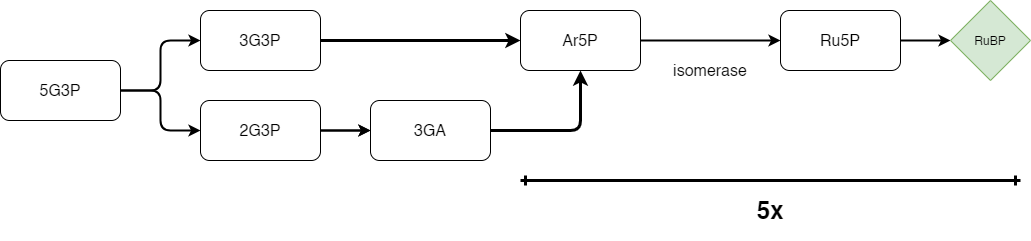
Kyle-L/iGEM-2021-Website keeps this draw.io diagram as src/assets/images/design/pathway.png. Above is the earlier version. Source tidied: cells renumbered, new cells last; positions are measured from the earlier drawing's top-left corner, leaving out a move shared by most shapes.
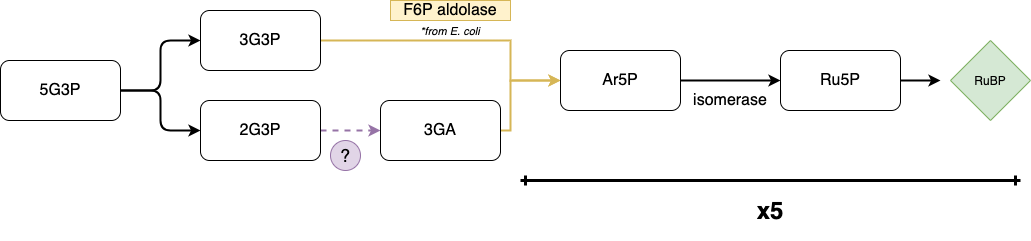
After the commit.

Commit message:
Updated design pathway.

What changed in the source:
```diff
@@ -21,43 +21,47 @@
     <mxCell id="4" value="5G3P" style="rounded=1;whiteSpace=wrap;html=1;sketch=0;fontSize=16;" parent="1" vertex="1">
       <mxGeometry y="60" width="120" height="60" as="geometry" />
     </mxCell>
-    <mxCell id="5" style="edgeStyle=orthogonalEdgeStyle;rounded=1;jettySize=auto;html=1;strokeWidth=3;sketch=0;" parent="1" edge="1" source="6" target="13">
+    <mxCell id="5" style="edgeStyle=orthogonalEdgeStyle;rounded=0;jettySize=auto;html=1;strokeWidth=2;fillColor=#fff2cc;strokeColor=#d6b656;" parent="1" edge="1" source="6" target="13">
       <mxGeometry relative="1" as="geometry">
         <Array as="points">
-          <mxPoint x="480" y="40" />
-          <mxPoint x="480" y="40" />
+          <mxPoint x="510" y="40" />
+          <mxPoint x="510" y="80" />
         </Array>
       </mxGeometry>
     </mxCell>
     <mxCell id="6" value="3G3P" style="rounded=1;whiteSpace=wrap;html=1;sketch=0;fontSize=16;" parent="1" vertex="1">
       <mxGeometry x="200" y="10" width="120" height="60" as="geometry" />
     </mxCell>
-    <mxCell id="7" style="edgeStyle=orthogonalEdgeStyle;rounded=1;jettySize=auto;html=1;strokeWidth=2;sketch=0;" parent="1" edge="1" source="9" target="11">
+    <mxCell id="7" style="edgeStyle=orthogonalEdgeStyle;rounded=1;jettySize=auto;html=1;strokeWidth=2;sketch=0;dashed=1;fillColor=#e1d5e7;strokeColor=#9673a6;" parent="1" edge="1" source="9" target="11">
       <mxGeometry relative="1" as="geometry" />
     </mxCell>
-    <mxCell id="8" style="edgeStyle=orthogonalEdgeStyle;rounded=0;jettySize=auto;html=1;fontSize=16;strokeWidth=2;" parent="1" edge="1" source="9" target="11">
-      <mxGeometry relative="1" as="geometry" />
-    </mxCell>
     <mxCell id="9" value="2G3P" style="rounded=1;whiteSpace=wrap;html=1;sketch=0;fontSize=16;" parent="1" vertex="1">
       <mxGeometry x="200" y="100" width="120" height="60" as="geometry" />
     </mxCell>
-    <mxCell id="10" style="edgeStyle=orthogonalEdgeStyle;rounded=1;jettySize=auto;html=1;strokeWidth=3;sketch=0;" parent="1" edge="1" source="11" target="13">
-      <mxGeometry relative="1" as="geometry" />
+    <mxCell id="10" style="edgeStyle=orthogonalEdgeStyle;rounded=0;jettySize=auto;html=1;strokeWidth=2;fillColor=#fff2cc;strokeColor=#d6b656;" parent="1" edge="1" source="11" target="13">
+      <mxGeometry relative="1" as="geometry">
+        <Array as="points">
+          <mxPoint x="510" y="130" />
+          <mxPoint x="510" y="80" />
+        </Array>
+      </mxGeometry>
     </mxCell>
     <mxCell id="11" value="3GA" style="rounded=1;whiteSpace=wrap;html=1;sketch=0;fontSize=16;" parent="1" vertex="1">
-      <mxGeometry x="370" y="100" width="120" height="60" as="geometry" />
+      <mxGeometry x="380" y="100" width="120" height="60" as="geometry" />
     </mxCell>
     <mxCell id="12" style="edgeStyle=orthogonalEdgeStyle;rounded=1;jettySize=auto;html=1;strokeWidth=2;sketch=0;" parent="1" edge="1" source="13" target="15">
       <mxGeometry relative="1" as="geometry" />
     </mxCell>
     <mxCell id="13" value="Ar5P" style="rounded=1;whiteSpace=wrap;html=1;sketch=0;fontSize=16;" parent="1" vertex="1">
-      <mxGeometry x="520" y="10" width="120" height="60" as="geometry" />
+      <mxGeometry x="560" y="50" width="120" height="60" as="geometry" />
     </mxCell>
-    <mxCell id="14" style="edgeStyle=orthogonalEdgeStyle;rounded=0;jettySize=auto;html=1;strokeWidth=2;" parent="1" edge="1" source="15" target="18">
-      <mxGeometry relative="1" as="geometry" />
+    <mxCell id="14" style="edgeStyle=orthogonalEdgeStyle;rounded=0;jettySize=auto;html=1;strokeWidth=2;" parent="1" edge="1" source="15">
+      <mxGeometry relative="1" as="geometry">
+        <mxPoint x="940" y="80" as="targetPoint" />
+      </mxGeometry>
     </mxCell>
     <mxCell id="15" value="Ru5P" style="rounded=1;whiteSpace=wrap;html=1;sketch=0;fontSize=16;" parent="1" vertex="1">
-      <mxGeometry x="780" y="10" width="120" height="60" as="geometry" />
+      <mxGeometry x="780" y="50" width="120" height="60" as="geometry" />
     </mxCell>
     <mxCell id="16" style="endArrow=ERone;startArrow=ERone;html=1;strokeWidth=3;startFill=0;endFill=0;sketch=0;" parent="1" edge="1">
       <mxGeometry relative="1" as="geometry">
@@ -65,14 +69,23 @@
         <mxPoint x="520" y="180" as="targetPoint" />
       </mxGeometry>
     </mxCell>
-    <mxCell id="17" value="&lt;h1&gt;5x&lt;/h1&gt;" style="text;html=1;strokeColor=none;fillColor=none;align=center;verticalAlign=middle;whiteSpace=wrap;rounded=0;sketch=0;" parent="1" vertex="1">
+    <mxCell id="17" value="&lt;h1&gt;x5&lt;/h1&gt;" style="text;html=1;strokeColor=none;fillColor=none;align=center;verticalAlign=middle;whiteSpace=wrap;rounded=0;sketch=0;" parent="1" vertex="1">
       <mxGeometry x="750" y="200" width="40" height="20" as="geometry" />
     </mxCell>
     <mxCell id="18" value="RuBP" style="rhombus;whiteSpace=wrap;html=1;fillColor=#d5e8d4;strokeColor=#82b366;sketch=0;" parent="1" vertex="1">
-      <mxGeometry x="950" width="80" height="80" as="geometry" />
+      <mxGeometry x="950" y="40" width="80" height="80" as="geometry" />
     </mxCell>
     <mxCell id="19" value="&lt;font style=&quot;font-size: 16px;&quot;&gt;isomerase&lt;/font&gt;" style="text;html=1;strokeColor=none;fillColor=none;align=center;verticalAlign=middle;whiteSpace=wrap;rounded=0;fontSize=16;" parent="1" vertex="1">
-      <mxGeometry x="690" y="60" width="40" height="20" as="geometry" />
+      <mxGeometry x="710" y="90" width="40" height="20" as="geometry" />
     </mxCell>
+    <mxCell id="20" value="&lt;font style=&quot;font-size: 16px&quot;&gt;F6P aldolase&lt;/font&gt;" style="text;html=1;strokeColor=#d6b656;fillColor=#fff2cc;align=center;verticalAlign=middle;whiteSpace=wrap;rounded=0;fontSize=16;" parent="1" vertex="1">
+      <mxGeometry x="390" width="120" height="20" as="geometry" />
+    </mxCell>
+    <mxCell id="21" value="&lt;font size=&quot;1&quot;&gt;&lt;i style=&quot;font-size: 11px&quot;&gt;*from E. coli&lt;/i&gt;&lt;/font&gt;" style="text;html=1;strokeColor=none;fillColor=none;align=center;verticalAlign=middle;whiteSpace=wrap;rounded=0;fontSize=16;" parent="1" vertex="1">
+      <mxGeometry x="390" y="20" width="120" height="20" as="geometry" />
+    </mxCell>
+    <mxCell id="22" value="&lt;font style=&quot;font-size: 18px ; background-color: rgb(225 , 213 , 231)&quot;&gt;?&lt;/font&gt;" style="ellipse;whiteSpace=wrap;html=1;fontSize=11;fillColor=#e1d5e7;strokeColor=#9673a6;" parent="1" vertex="1">
+      <mxGeometry x="330" y="140" width="30" height="30" as="geometry" />
+    </mxCell>
   </root>
 </mxGraphModel>
```
